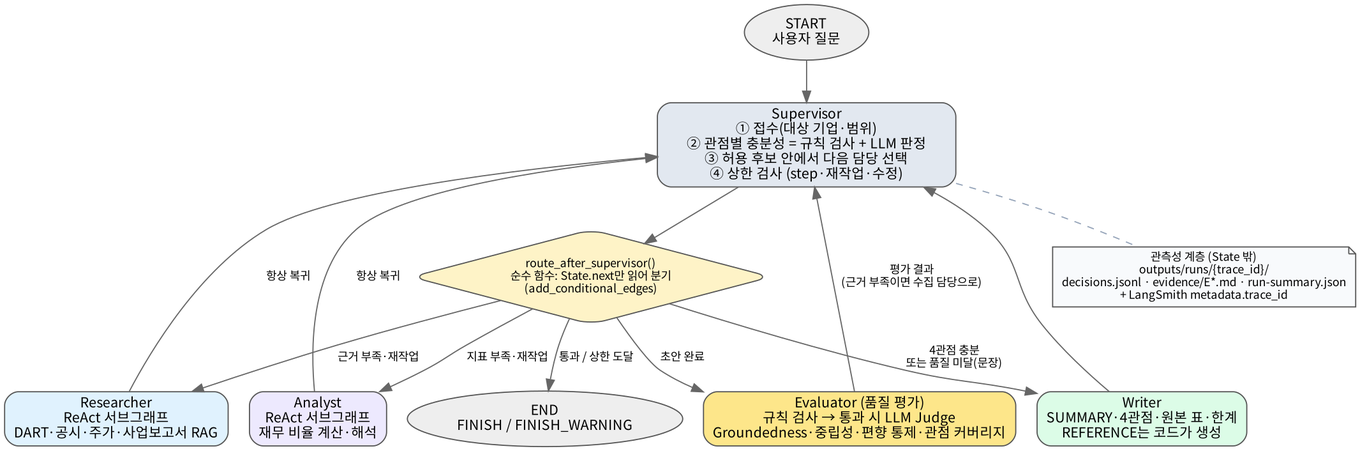
Earlier version of the Graphviz export docs/images/architecture.png (xxhigh/Multi-Agent). Its source is kept beside it as docs/architecture.dot. Source of this version:
```dot
digraph G {
  rankdir=TB; bgcolor="white"; fontname="Noto Sans CJK KR";
  node [shape=box, style="rounded,filled", fontname="Noto Sans CJK KR", fontsize=12, color="#555555"];
  edge [fontname="Noto Sans CJK KR", fontsize=10, color="#666666"];

  start [label="START\n사용자 질문", shape=oval, fillcolor="#eeeeee"];
  sup [label="Supervisor\n① 접수(대상 기업·범위)\n② 관점별 충분성 = 규칙 검사 + LLM 판정\n③ 허용 후보 안에서 다음 담당 선택\n④ 상한 검사 (step·재작업·수정)", fillcolor="#e2e8f0", width=3.6];
  route [label="route_after_supervisor()\n순수 함수: State.next만 읽어 분기\n(add_conditional_edges)", shape=diamond, fillcolor="#fef3c7", fontsize=10];
  res [label="Researcher\nReAct 서브그래프\nDART·공시·주가·사업보고서 RAG", fillcolor="#e0f2fe"];
  ana [label="Analyst\nReAct 서브그래프\n재무 비율 계산·해석", fillcolor="#ede9fe"];
  wri [label="Writer\nSUMMARY·4관점·원본 표·한계\nREFERENCE는 코드가 생성", fillcolor="#dcfce7"];
  eva [label="Evaluator (품질 평가)\n규칙 검사 → 통과 시 LLM Judge\nGroundedness·중립성·편향 통제·관점 커버리지", fillcolor="#fde68a"];
  endn [label="END\nFINISH / FINISH_WARNING", shape=oval, fillcolor="#eeeeee"];
  obs [label="관측성 계층 (State 밖)\noutputs/runs/{trace_id}/\ndecisions.jsonl · evidence/E*.md · run-summary.json\n+ LangSmith metadata.trace_id", shape=note, fillcolor="#f8fafc", fontsize=10];

  start -> sup;
  sup -> route;
  route -> res [label="근거 부족·재작업"];
  route -> ana [label="지표 부족·재작업"];
  route -> wri [label="4관점 충분\n또는 품질 미달(문장)"];
  route -> eva [label="초안 완료"];
  route -> endn [label="통과 / 상한 도달"];
  res -> sup [label="항상 복귀"];
  ana -> sup [label="항상 복귀"];
  wri -> sup;
  eva -> sup [label="평가 결과\n(근거 부족이면 수집 담당으로)"];
  sup -> obs [style=dashed, arrowhead=none, color="#94a3b8"];
  {rank=same; res; ana; wri; eva;}
}
```
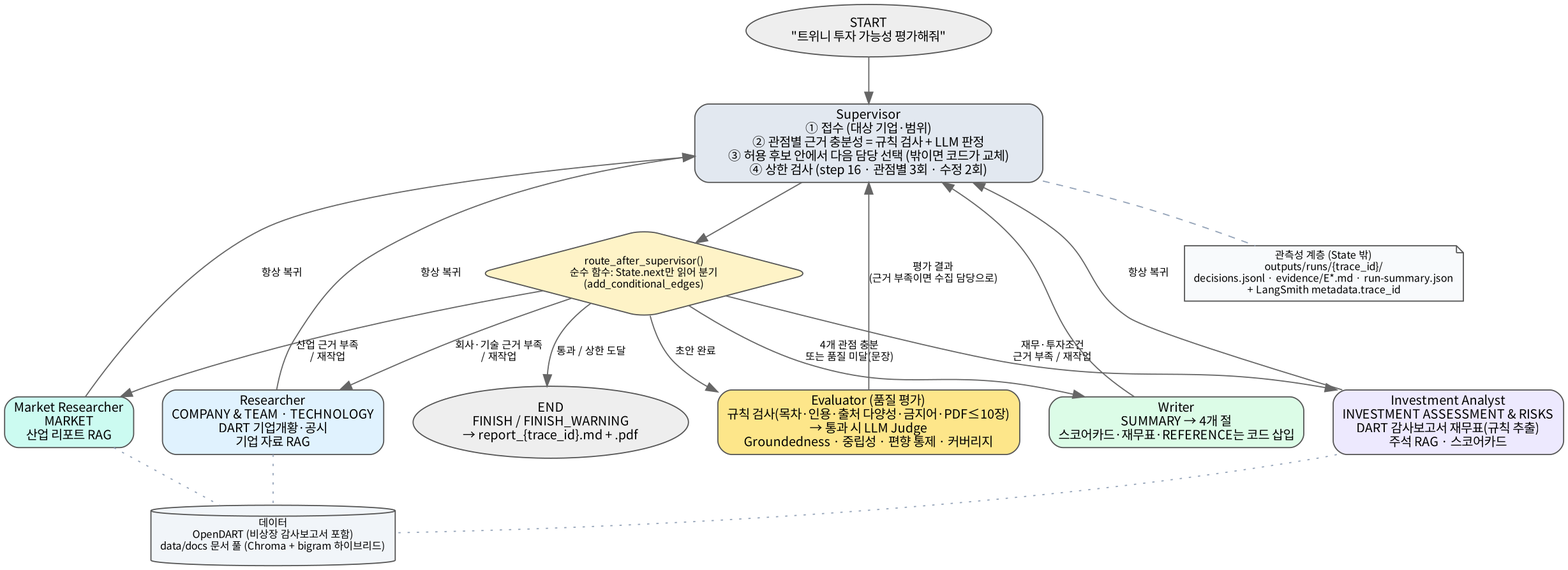
Above is the later version.

What changed in the source:
```diff
@@ -1,29 +1,36 @@
 digraph G {
-  rankdir=TB; bgcolor="white"; fontname="Noto Sans CJK KR";
-  node [shape=box, style="rounded,filled", fontname="Noto Sans CJK KR", fontsize=12, color="#555555"];
-  edge [fontname="Noto Sans CJK KR", fontsize=10, color="#666666"];
+  rankdir=TB; bgcolor="white"; fontname="Noto Sans CJK KR"; nodesep=0.35; ranksep=0.55;
+  node [shape=box, style="rounded,filled", fontname="Noto Sans CJK KR", fontsize=11, color="#555555"];
+  edge [fontname="Noto Sans CJK KR", fontsize=9, color="#666666"];
 
-  start [label="START\n사용자 질문", shape=oval, fillcolor="#eeeeee"];
-  sup [label="Supervisor\n① 접수(대상 기업·범위)\n② 관점별 충분성 = 규칙 검사 + LLM 판정\n③ 허용 후보 안에서 다음 담당 선택\n④ 상한 검사 (step·재작업·수정)", fillcolor="#e2e8f0", width=3.6];
-  route [label="route_after_supervisor()\n순수 함수: State.next만 읽어 분기\n(add_conditional_edges)", shape=diamond, fillcolor="#fef3c7", fontsize=10];
-  res [label="Researcher\nReAct 서브그래프\nDART·공시·주가·사업보고서 RAG", fillcolor="#e0f2fe"];
-  ana [label="Analyst\nReAct 서브그래프\n재무 비율 계산·해석", fillcolor="#ede9fe"];
-  wri [label="Writer\nSUMMARY·4관점·원본 표·한계\nREFERENCE는 코드가 생성", fillcolor="#dcfce7"];
-  eva [label="Evaluator (품질 평가)\n규칙 검사 → 통과 시 LLM Judge\nGroundedness·중립성·편향 통제·관점 커버리지", fillcolor="#fde68a"];
-  endn [label="END\nFINISH / FINISH_WARNING", shape=oval, fillcolor="#eeeeee"];
-  obs [label="관측성 계층 (State 밖)\noutputs/runs/{trace_id}/\ndecisions.jsonl · evidence/E*.md · run-summary.json\n+ LangSmith metadata.trace_id", shape=note, fillcolor="#f8fafc", fontsize=10];
+  start [label="START\n\"트위니 투자 가능성 평가해줘\"", shape=oval, fillcolor="#eeeeee"];
+  sup [label="Supervisor\n① 접수 (대상 기업·범위)\n② 관점별 근거 충분성 = 규칙 검사 + LLM 판정\n③ 허용 후보 안에서 다음 담당 선택 (밖이면 코드가 교체)\n④ 상한 검사 (step 16 · 관점별 3회 · 수정 2회)", fillcolor="#e2e8f0", width=4.2];
+  route [label="route_after_supervisor()\n순수 함수: State.next만 읽어 분기\n(add_conditional_edges)", shape=diamond, fillcolor="#fef3c7", fontsize=9];
+  res [label="Researcher\nCOMPANY & TEAM · TECHNOLOGY\nDART 기업개황·공시\n기업 자료 RAG", fillcolor="#e0f2fe"];
+  mkt [label="Market Researcher\nMARKET\n산업 리포트 RAG", fillcolor="#ccfbf1"];
+  inv [label="Investment Analyst\nINVESTMENT ASSESSMENT & RISKS\nDART 감사보고서 재무표(규칙 추출)\n주석 RAG · 스코어카드", fillcolor="#ede9fe"];
+  wri [label="Writer\nSUMMARY → 4개 절\n스코어카드·재무표·REFERENCE는 코드 삽입", fillcolor="#dcfce7"];
+  eva [label="Evaluator (품질 평가)\n규칙 검사(목차·인용·출처 다양성·금지어·PDF≤10장)\n→ 통과 시 LLM Judge\nGroundedness · 중립성 · 편향 통제 · 커버리지", fillcolor="#fde68a"];
+  endn [label="END\nFINISH / FINISH_WARNING\n→ report_{trace_id}.md + .pdf", shape=oval, fillcolor="#eeeeee"];
+  data [label="데이터\nOpenDART (비상장 감사보고서 포함)\ndata/docs 문서 풀 (Chroma + bigram 하이브리드)", shape=cylinder, fillcolor="#f1f5f9", fontsize=9];
+  obs [label="관측성 계층 (State 밖)\noutputs/runs/{trace_id}/\ndecisions.jsonl · evidence/E*.md · run-summary.json\n+ LangSmith metadata.trace_id", shape=note, fillcolor="#f8fafc", fontsize=9];
 
   start -> sup;
   sup -> route;
-  route -> res [label="근거 부족·재작업"];
-  route -> ana [label="지표 부족·재작업"];
-  route -> wri [label="4관점 충분\n또는 품질 미달(문장)"];
+  route -> res [label="회사·기술 근거 부족\n/ 재작업"];
+  route -> mkt [label="산업 근거 부족\n/ 재작업"];
+  route -> inv [label="재무·투자조건\n근거 부족 / 재작업"];
+  route -> wri [label="4개 관점 충분\n또는 품질 미달(문장)"];
   route -> eva [label="초안 완료"];
   route -> endn [label="통과 / 상한 도달"];
   res -> sup [label="항상 복귀"];
-  ana -> sup [label="항상 복귀"];
+  mkt -> sup [label="항상 복귀"];
+  inv -> sup [label="항상 복귀"];
   wri -> sup;
   eva -> sup [label="평가 결과\n(근거 부족이면 수집 담당으로)"];
+  res -> data [style=dotted, arrowhead=none, color="#94a3b8"];
+  mkt -> data [style=dotted, arrowhead=none, color="#94a3b8"];
+  inv -> data [style=dotted, arrowhead=none, color="#94a3b8"];
   sup -> obs [style=dashed, arrowhead=none, color="#94a3b8"];
-  {rank=same; res; ana; wri; eva;}
+  {rank=same; res; mkt; inv; wri; eva;}
 }
```
